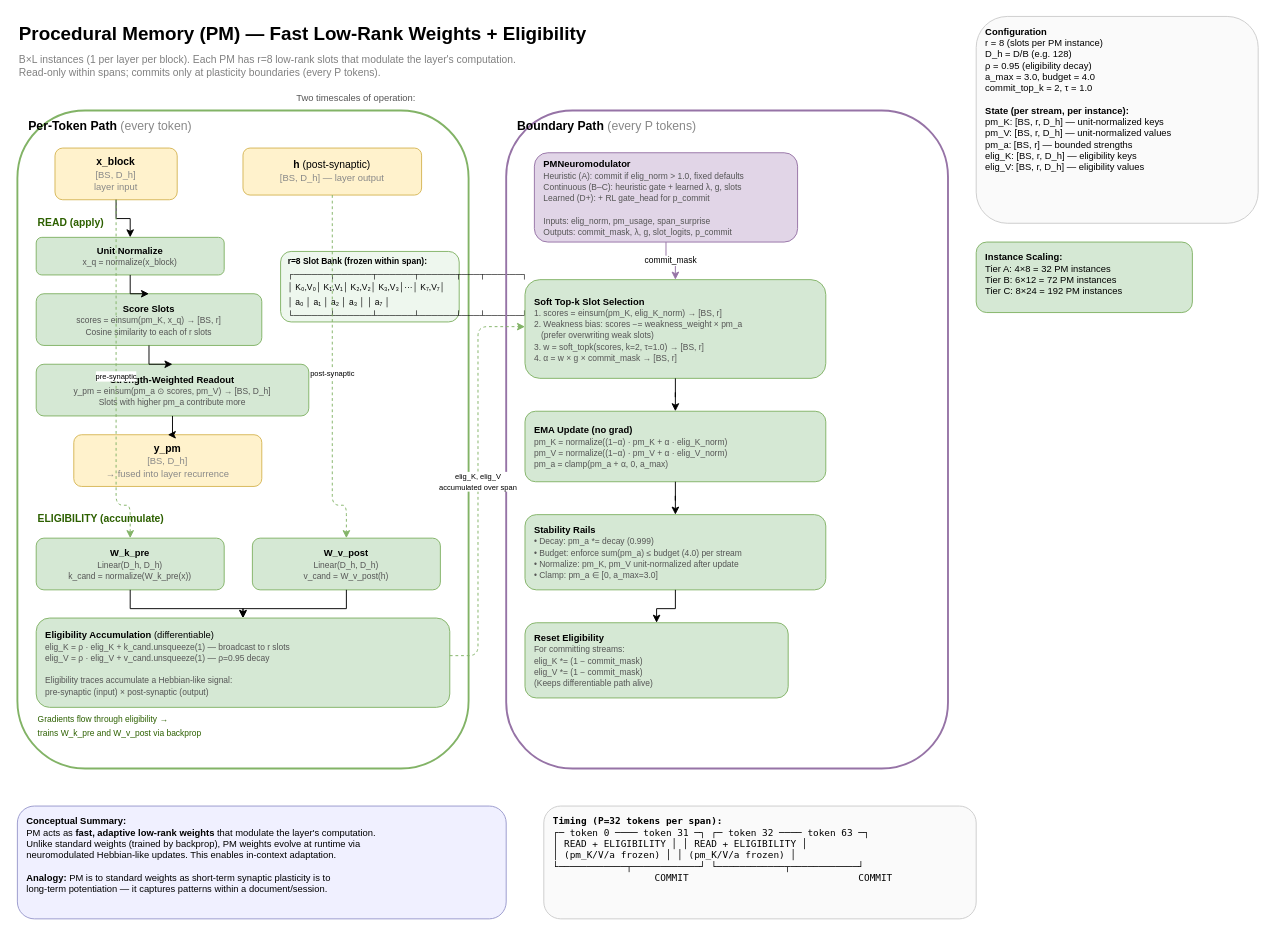
The draw.io diagram docs/diagrams/procedural_memory.drawio in alxdofficial/neuromorphic, before the edit. Source tidied: cells renumbered, new cells numbered last; positions are measured from the earlier drawing's top-left corner, leaving out a move shared by most shapes. Both pictures are drawn from the tidied source at 94%, with x=0, y=0 at pixel (17, 16).
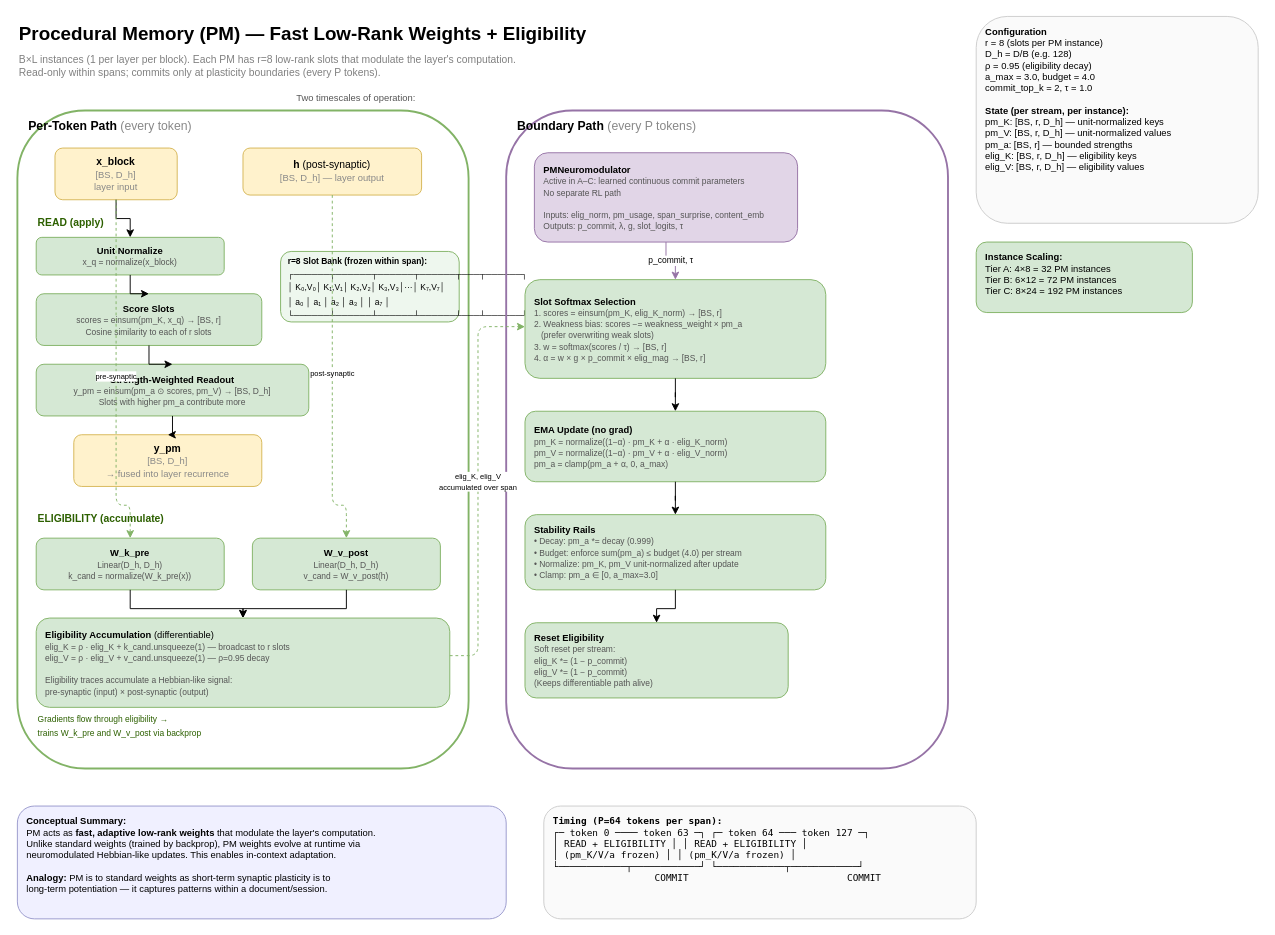
After the change.

Change to the diagram source:
```diff
@@
-    <mxCell id="32" value="&lt;b&gt;PMNeuromodulator&lt;/b&gt;&lt;br&gt;&lt;font style=&quot;font-size: 9px;&quot; color=&quot;#555&quot;&gt;Heuristic (A): commit if elig_norm &gt; 1.0, fixed defaults&lt;br&gt;Continuous (B–C): heuristic gate + learned λ, g, slots&lt;br&gt;Learned (D+): + RL gate_head for p_commit&lt;br&gt;&lt;br&gt;Inputs: elig_norm, pm_usage, span_surprise&lt;br&gt;Outputs: commit_mask, λ, g, slot_logits, p_commit&lt;/font&gt;" style="rounded=1;whiteSpace=wrap;html=1;fillColor=#e1d5e7;strokeColor=#9673a6;fontSize=10;align=left;spacingLeft=8;" parent="1" vertex="1">
+    <mxCell id="32" value="&lt;b&gt;PMNeuromodulator&lt;/b&gt;&lt;br&gt;&lt;font style=&quot;font-size: 9px;&quot; color=&quot;#555&quot;&gt;Active in A–C: learned continuous commit parameters&lt;br&gt;No separate RL path&lt;br&gt;&lt;br&gt;Inputs: elig_norm, pm_usage, span_surprise, content_emb&lt;br&gt;Outputs: p_commit, λ, g, slot_logits, τ&lt;/font&gt;" style="rounded=1;whiteSpace=wrap;html=1;fillColor=#e1d5e7;strokeColor=#9673a6;fontSize=10;align=left;spacingLeft=8;" parent="1" vertex="1">
       <mxGeometry x="550" y="145" width="280" height="95" as="geometry" />
     </mxCell>
-    <mxCell id="33" value="&lt;font style=&quot;font-size: 9px;&quot;&gt;commit_mask&lt;/font&gt;" style="edgeStyle=orthogonalEdgeStyle;rounded=0;jettySize=auto;html=1;fontSize=9;strokeColor=#9673a6;" parent="1" edge="1" source="32" target="34">
+    <mxCell id="33" value="&lt;font style=&quot;font-size: 9px;&quot;&gt;p_commit, τ&lt;/font&gt;" style="edgeStyle=orthogonalEdgeStyle;rounded=0;jettySize=auto;html=1;fontSize=9;strokeColor=#9673a6;" parent="1" edge="1" source="32" target="34">
       <mxGeometry relative="1" as="geometry" />
     </mxCell>
-    <mxCell id="34" value="&lt;b&gt;Soft Top-k Slot Selection&lt;/b&gt;&lt;br&gt;&lt;font style=&quot;font-size: 9px;&quot; color=&quot;#555&quot;&gt;1. scores = einsum(pm_K, elig_K_norm) → [BS, r]&lt;br&gt;2. Weakness bias: scores −= weakness_weight × pm_a&lt;br&gt;&amp;nbsp;&amp;nbsp;&amp;nbsp;(prefer overwriting weak slots)&lt;br&gt;3. w = soft_topk(scores, k=2, τ=1.0) → [BS, r]&lt;br&gt;4. α = w × g × commit_mask → [BS, r]&lt;/font&gt;" style="rounded=1;whiteSpace=wrap;html=1;fillColor=#d5e8d4;strokeColor=#82b366;fontSize=10;align=left;spacingLeft=8;" parent="1" vertex="1">
+    <mxCell id="34" value="&lt;b&gt;Slot Softmax Selection&lt;/b&gt;&lt;br&gt;&lt;font style=&quot;font-size: 9px;&quot; color=&quot;#555&quot;&gt;1. scores = einsum(pm_K, elig_K_norm) → [BS, r]&lt;br&gt;2. Weakness bias: scores −= weakness_weight × pm_a&lt;br&gt;&amp;nbsp;&amp;nbsp;&amp;nbsp;(prefer overwriting weak slots)&lt;br&gt;3. w = softmax(scores / τ) → [BS, r]&lt;br&gt;4. α = w × g × p_commit × elig_mag → [BS, r]&lt;/font&gt;" style="rounded=1;whiteSpace=wrap;html=1;fillColor=#d5e8d4;strokeColor=#82b366;fontSize=10;align=left;spacingLeft=8;" parent="1" vertex="1">
       <mxGeometry x="540" y="280" width="320" height="105" as="geometry" />
     </mxCell>
@@
-    <mxCell id="39" value="&lt;b&gt;Reset Eligibility&lt;/b&gt;&lt;br&gt;&lt;font style=&quot;font-size: 9px;&quot; color=&quot;#555&quot;&gt;For committing streams:&lt;br&gt;elig_K *= (1 − commit_mask)&lt;br&gt;elig_V *= (1 − commit_mask)&lt;br&gt;(Keeps differentiable path alive)&lt;/font&gt;" style="rounded=1;whiteSpace=wrap;html=1;fillColor=#d5e8d4;strokeColor=#82b366;fontSize=10;align=left;spacingLeft=8;" parent="1" vertex="1">
+    <mxCell id="39" value="&lt;b&gt;Reset Eligibility&lt;/b&gt;&lt;br&gt;&lt;font style=&quot;font-size: 9px;&quot; color=&quot;#555&quot;&gt;Soft reset per stream:&lt;br&gt;elig_K *= (1 − p_commit)&lt;br&gt;elig_V *= (1 − p_commit)&lt;br&gt;(Keeps differentiable path alive)&lt;/font&gt;" style="rounded=1;whiteSpace=wrap;html=1;fillColor=#d5e8d4;strokeColor=#82b366;fontSize=10;align=left;spacingLeft=8;" parent="1" vertex="1">
       <mxGeometry x="540" y="645" width="280" height="80" as="geometry" />
     </mxCell>
@@
-    <mxCell id="43" value="&lt;font style=&quot;font-size: 10px;&quot;&gt;&lt;b&gt;Timing (P=32 tokens per span):&lt;/b&gt;&lt;br&gt;┌─ token 0 ──── token 31 ─┐ ┌─ token 32 ──── token 63 ─┐&lt;br&gt;│ READ + ELIGIBILITY │ │ READ + ELIGIBILITY │&lt;br&gt;│ (pm_K/V/a frozen) │ │ (pm_K/V/a frozen) │&lt;br&gt;└────────────┬────────────┘ └────────────┬────────────┘&lt;br&gt;&amp;nbsp;&amp;nbsp;&amp;nbsp;&amp;nbsp;&amp;nbsp;&amp;nbsp;&amp;nbsp;&amp;nbsp;&amp;nbsp;&amp;nbsp;&amp;nbsp;&amp;nbsp;&amp;nbsp;&amp;nbsp;&amp;nbsp;&amp;nbsp;&amp;nbsp;&amp;nbsp;COMMIT&amp;nbsp;&amp;nbsp;&amp;nbsp;&amp;nbsp;&amp;nbsp;&amp;nbsp;&amp;nbsp;&amp;nbsp;&amp;nbsp;&amp;nbsp;&amp;nbsp;&amp;nbsp;&amp;nbsp;&amp;nbsp;&amp;nbsp;&amp;nbsp;&amp;nbsp;&amp;nbsp;&amp;nbsp;&amp;nbsp;&amp;nbsp;&amp;nbsp;&amp;nbsp;&amp;nbsp;&amp;nbsp;&amp;nbsp;&amp;nbsp;&amp;nbsp;&amp;nbsp;&amp;nbsp;COMMIT&lt;/font&gt;" style="rounded=1;whiteSpace=wrap;html=1;fillColor=#fafafa;strokeColor=#cccccc;fontSize=10;align=left;verticalAlign=top;spacingLeft=8;spacingTop=4;fontFamily=monospace;" parent="1" vertex="1">
+    <mxCell id="43" value="&lt;font style=&quot;font-size: 10px;&quot;&gt;&lt;b&gt;Timing (P=64 tokens per span):&lt;/b&gt;&lt;br&gt;┌─ token 0 ──── token 63 ─┐ ┌─ token 64 ─── token 127 ─┐&lt;br&gt;│ READ + ELIGIBILITY │ │ READ + ELIGIBILITY │&lt;br&gt;│ (pm_K/V/a frozen) │ │ (pm_K/V/a frozen) │&lt;br&gt;└────────────┬────────────┘ └────────────┬────────────┘&lt;br&gt;&amp;nbsp;&amp;nbsp;&amp;nbsp;&amp;nbsp;&amp;nbsp;&amp;nbsp;&amp;nbsp;&amp;nbsp;&amp;nbsp;&amp;nbsp;&amp;nbsp;&amp;nbsp;&amp;nbsp;&amp;nbsp;&amp;nbsp;&amp;nbsp;&amp;nbsp;&amp;nbsp;COMMIT&amp;nbsp;&amp;nbsp;&amp;nbsp;&amp;nbsp;&amp;nbsp;&amp;nbsp;&amp;nbsp;&amp;nbsp;&amp;nbsp;&amp;nbsp;&amp;nbsp;&amp;nbsp;&amp;nbsp;&amp;nbsp;&amp;nbsp;&amp;nbsp;&amp;nbsp;&amp;nbsp;&amp;nbsp;&amp;nbsp;&amp;nbsp;&amp;nbsp;&amp;nbsp;&amp;nbsp;&amp;nbsp;&amp;nbsp;&amp;nbsp;&amp;nbsp;COMMIT&lt;/font&gt;" style="rounded=1;whiteSpace=wrap;html=1;fillColor=#fafafa;strokeColor=#cccccc;fontSize=10;align=left;verticalAlign=top;spacingLeft=8;spacingTop=4;fontFamily=monospace;" parent="1" vertex="1">
       <mxGeometry x="560" y="840" width="460" height="120" as="geometry" />
     </mxCell>
```
